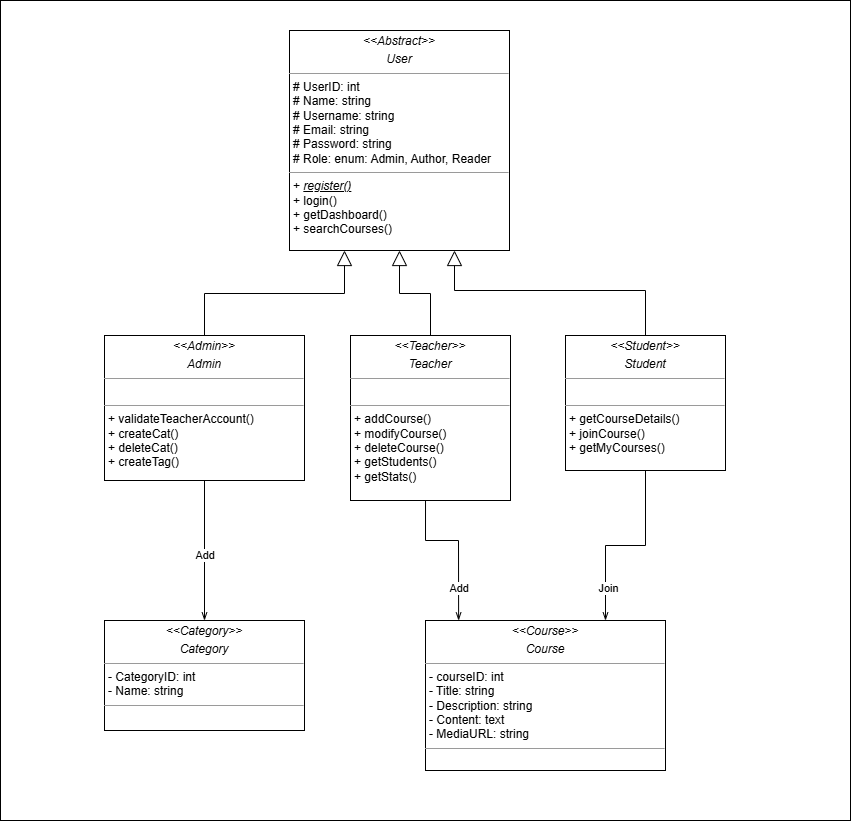
The draw.io diagram diagrams/Class.png in theshamkhi/Udemy, before a commit. Source tidied: cells renumbered, new cells last; positions are measured from the earlier drawing's top-left corner, leaving out a move shared by most shapes.
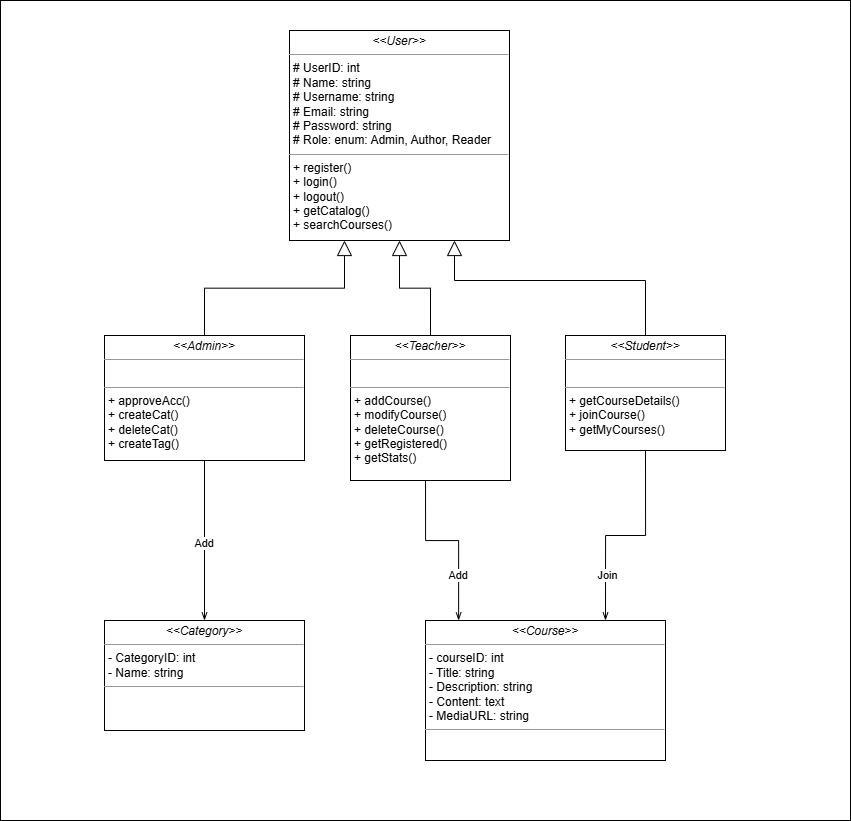
After the change.

Commit message:
Updated Class Diagram

The edit, as a diff of the source:
```diff
@@ -11,8 +11,8 @@
     <mxCell id="4" value="&amp;nbsp;Add&amp;nbsp;" style="edgeLabel;html=1;align=center;verticalAlign=middle;" parent="3" vertex="1">
       <mxGeometry x="0.04" y="-1" relative="1" as="geometry" />
     </mxCell>
-    <mxCell id="5" value="&lt;p style=&quot;margin:0px;margin-top:4px;text-align:center;&quot;&gt;&lt;i&gt;&amp;lt;&amp;lt;Admin&amp;gt;&amp;gt;&lt;/i&gt;&lt;br&gt;&lt;/p&gt;&lt;p style=&quot;margin:0px;margin-top:4px;text-align:center;&quot;&gt;&lt;i&gt;Admin&lt;/i&gt;&lt;/p&gt;&lt;hr size=&quot;1&quot;&gt;&lt;p style=&quot;margin: 0px 0px 0px 4px;&quot;&gt;&lt;br&gt;&lt;/p&gt;&lt;hr size=&quot;1&quot;&gt;&lt;p style=&quot;margin:0px;margin-left:4px;&quot;&gt;&lt;span style=&quot;background-color: transparent; color: light-dark(rgb(0, 0, 0), rgb(255, 255, 255));&quot;&gt;+&amp;nbsp;&lt;/span&gt;&lt;span style=&quot;background-color: transparent;&quot;&gt;validateTeacherAccount&lt;/span&gt;&lt;span style=&quot;background-color: transparent; color: light-dark(rgb(0, 0, 0), rgb(255, 255, 255));&quot;&gt;()&lt;/span&gt;&lt;/p&gt;&lt;p style=&quot;margin:0px;margin-left:4px;&quot;&gt;&lt;span style=&quot;background-color: transparent; color: light-dark(rgb(0, 0, 0), rgb(255, 255, 255));&quot;&gt;+ createCat()&lt;/span&gt;&lt;/p&gt;&lt;p style=&quot;margin:0px;margin-left:4px;&quot;&gt;+ deleteCat()&lt;/p&gt;&lt;p style=&quot;margin:0px;margin-left:4px;&quot;&gt;+ createTag()&lt;/p&gt;" style="verticalAlign=top;align=left;overflow=fill;fontSize=12;fontFamily=Helvetica;html=1;rounded=0;shadow=0;comic=0;labelBackgroundColor=none;strokeWidth=1;" parent="1" vertex="1">
-      <mxGeometry x="104" y="335" width="200" height="145" as="geometry" />
+    <mxCell id="5" value="&lt;p style=&quot;margin:0px;margin-top:4px;text-align:center;&quot;&gt;&lt;i&gt;&amp;lt;&amp;lt;Admin&amp;gt;&amp;gt;&lt;/i&gt;&lt;br&gt;&lt;/p&gt;&lt;hr size=&quot;1&quot;&gt;&lt;p style=&quot;margin: 0px 0px 0px 4px;&quot;&gt;&lt;br&gt;&lt;/p&gt;&lt;hr size=&quot;1&quot;&gt;&lt;p style=&quot;margin:0px;margin-left:4px;&quot;&gt;&lt;span style=&quot;background-color: transparent; color: light-dark(rgb(0, 0, 0), rgb(255, 255, 255));&quot;&gt;+ approveAcc()&lt;/span&gt;&lt;/p&gt;&lt;p style=&quot;margin:0px;margin-left:4px;&quot;&gt;&lt;span style=&quot;background-color: transparent; color: light-dark(rgb(0, 0, 0), rgb(255, 255, 255));&quot;&gt;+ createCat()&lt;/span&gt;&lt;/p&gt;&lt;p style=&quot;margin:0px;margin-left:4px;&quot;&gt;+ deleteCat()&lt;/p&gt;&lt;p style=&quot;margin:0px;margin-left:4px;&quot;&gt;+ createTag()&lt;/p&gt;" style="verticalAlign=top;align=left;overflow=fill;fontSize=12;fontFamily=Helvetica;html=1;rounded=0;shadow=0;comic=0;labelBackgroundColor=none;strokeWidth=1;" parent="1" vertex="1">
+      <mxGeometry x="104" y="335" width="200" height="125" as="geometry" />
     </mxCell>
     <mxCell id="6" style="edgeStyle=orthogonalEdgeStyle;rounded=0;orthogonalLoop=1;jettySize=auto;html=1;endArrow=openThin;endFill=0;entryX=0.25;entryY=0;entryDx=0;entryDy=0;exitX=0.637;exitY=0.995;exitDx=0;exitDy=0;exitPerimeter=0;" parent="1" edge="1">
       <mxGeometry relative="1" as="geometry">
@@ -24,20 +24,20 @@
         </Array>
       </mxGeometry>
     </mxCell>
-    <mxCell id="7" value="&lt;p style=&quot;margin:0px;margin-top:4px;text-align:center;&quot;&gt;&lt;i&gt;&amp;lt;&amp;lt;Teacher&amp;gt;&amp;gt;&lt;/i&gt;&lt;br&gt;&lt;/p&gt;&lt;p style=&quot;margin:0px;margin-top:4px;text-align:center;&quot;&gt;&lt;i&gt;Teacher&lt;/i&gt;&lt;/p&gt;&lt;hr size=&quot;1&quot;&gt;&lt;p style=&quot;margin:0px;margin-left:4px;&quot;&gt;&lt;br&gt;&lt;/p&gt;&lt;hr size=&quot;1&quot;&gt;&lt;p style=&quot;margin:0px;margin-left:4px;&quot;&gt;+ addCourse()&lt;/p&gt;&lt;p style=&quot;margin:0px;margin-left:4px;&quot;&gt;+ modifyCourse()&lt;/p&gt;&lt;p style=&quot;margin:0px;margin-left:4px;&quot;&gt;+ deleteCourse()&lt;/p&gt;&lt;p style=&quot;margin:0px;margin-left:4px;&quot;&gt;+ getStudents()&lt;/p&gt;&lt;p style=&quot;margin:0px;margin-left:4px;&quot;&gt;+ getStats()&lt;/p&gt;" style="verticalAlign=top;align=left;overflow=fill;fontSize=12;fontFamily=Helvetica;html=1;rounded=0;shadow=0;comic=0;labelBackgroundColor=none;strokeWidth=1;" parent="1" vertex="1">
-      <mxGeometry x="350" y="335" width="160" height="165" as="geometry" />
+    <mxCell id="7" value="&lt;p style=&quot;margin:0px;margin-top:4px;text-align:center;&quot;&gt;&lt;i&gt;&amp;lt;&amp;lt;Teacher&amp;gt;&amp;gt;&lt;/i&gt;&lt;br&gt;&lt;/p&gt;&lt;hr size=&quot;1&quot;&gt;&lt;p style=&quot;margin:0px;margin-left:4px;&quot;&gt;&lt;br&gt;&lt;/p&gt;&lt;hr size=&quot;1&quot;&gt;&lt;p style=&quot;margin:0px;margin-left:4px;&quot;&gt;+ addCourse()&lt;/p&gt;&lt;p style=&quot;margin:0px;margin-left:4px;&quot;&gt;+ modifyCourse()&lt;/p&gt;&lt;p style=&quot;margin:0px;margin-left:4px;&quot;&gt;+ deleteCourse()&lt;/p&gt;&lt;p style=&quot;margin:0px;margin-left:4px;&quot;&gt;+ getRegistered()&lt;/p&gt;&lt;p style=&quot;margin:0px;margin-left:4px;&quot;&gt;+ getStats()&lt;/p&gt;" style="verticalAlign=top;align=left;overflow=fill;fontSize=12;fontFamily=Helvetica;html=1;rounded=0;shadow=0;comic=0;labelBackgroundColor=none;strokeWidth=1;" parent="1" vertex="1">
+      <mxGeometry x="350" y="335" width="160" height="145" as="geometry" />
     </mxCell>
-    <mxCell id="8" value="&lt;p style=&quot;margin:0px;margin-top:4px;text-align:center;&quot;&gt;&lt;i&gt;&amp;lt;&amp;lt;Student&amp;gt;&amp;gt;&lt;/i&gt;&lt;br&gt;&lt;/p&gt;&lt;p style=&quot;margin:0px;margin-top:4px;text-align:center;&quot;&gt;&lt;i&gt;Student&lt;/i&gt;&lt;/p&gt;&lt;hr size=&quot;1&quot;&gt;&lt;p style=&quot;margin:0px;margin-left:4px;&quot;&gt;&lt;br&gt;&lt;/p&gt;&lt;hr size=&quot;1&quot;&gt;&lt;p style=&quot;margin:0px;margin-left:4px;&quot;&gt;+ getCourseDetails()&lt;/p&gt;&lt;p style=&quot;margin:0px;margin-left:4px;&quot;&gt;+ joinCourse()&lt;/p&gt;&lt;p style=&quot;margin:0px;margin-left:4px;&quot;&gt;+ getMyCourses()&lt;/p&gt;" style="verticalAlign=top;align=left;overflow=fill;fontSize=12;fontFamily=Helvetica;html=1;rounded=0;shadow=0;comic=0;labelBackgroundColor=none;strokeWidth=1;" parent="1" vertex="1">
-      <mxGeometry x="565" y="335" width="160" height="135" as="geometry" />
+    <mxCell id="8" value="&lt;p style=&quot;margin:0px;margin-top:4px;text-align:center;&quot;&gt;&lt;i&gt;&amp;lt;&amp;lt;Student&amp;gt;&amp;gt;&lt;/i&gt;&lt;br&gt;&lt;/p&gt;&lt;hr size=&quot;1&quot;&gt;&lt;p style=&quot;margin:0px;margin-left:4px;&quot;&gt;&lt;br&gt;&lt;/p&gt;&lt;hr size=&quot;1&quot;&gt;&lt;p style=&quot;margin:0px;margin-left:4px;&quot;&gt;+ getCourseDetails()&lt;/p&gt;&lt;p style=&quot;margin:0px;margin-left:4px;&quot;&gt;+ joinCourse()&lt;/p&gt;&lt;p style=&quot;margin:0px;margin-left:4px;&quot;&gt;+ getMyCourses()&lt;/p&gt;" style="verticalAlign=top;align=left;overflow=fill;fontSize=12;fontFamily=Helvetica;html=1;rounded=0;shadow=0;comic=0;labelBackgroundColor=none;strokeWidth=1;" parent="1" vertex="1">
+      <mxGeometry x="565" y="335" width="160" height="115" as="geometry" />
     </mxCell>
-    <mxCell id="9" value="&lt;p style=&quot;margin:0px;margin-top:4px;text-align:center;&quot;&gt;&lt;i&gt;&amp;lt;&amp;lt;Abstract&amp;gt;&amp;gt;&lt;/i&gt;&lt;br&gt;&lt;/p&gt;&lt;p style=&quot;margin:0px;margin-top:4px;text-align:center;&quot;&gt;&lt;i&gt;User&lt;/i&gt;&lt;/p&gt;&lt;hr size=&quot;1&quot;&gt;&lt;p style=&quot;margin: 0px 0px 0px 4px;&quot;&gt;# UserID: int&lt;br&gt;# Name: string&lt;/p&gt;&lt;p style=&quot;margin: 0px 0px 0px 4px;&quot;&gt;# Username: string&lt;/p&gt;&lt;p style=&quot;margin: 0px 0px 0px 4px;&quot;&gt;# Email: string&lt;/p&gt;&lt;p style=&quot;margin: 0px 0px 0px 4px;&quot;&gt;# Password: string&lt;/p&gt;&lt;p style=&quot;margin: 0px 0px 0px 4px;&quot;&gt;# Role: enum: Admin, Author, Reader&lt;/p&gt;&lt;hr size=&quot;1&quot;&gt;&lt;p style=&quot;margin: 0px 0px 0px 4px;&quot;&gt;&lt;span style=&quot;background-color: transparent; color: light-dark(rgb(0, 0, 0), rgb(255, 255, 255));&quot;&gt;+ &lt;u&gt;&lt;i&gt;register()&lt;/i&gt;&lt;/u&gt;&lt;/span&gt;&lt;/p&gt;&lt;p style=&quot;margin: 0px 0px 0px 4px;&quot;&gt;&lt;span style=&quot;background-color: transparent; color: light-dark(rgb(0, 0, 0), rgb(255, 255, 255));&quot;&gt;+ login()&lt;/span&gt;&lt;/p&gt;&lt;p style=&quot;margin: 0px 0px 0px 4px;&quot;&gt;+&amp;nbsp;getDashboard()&lt;/p&gt;&lt;p style=&quot;margin: 0px 0px 0px 4px;&quot;&gt;+&amp;nbsp;searchCourses()&lt;/p&gt;&lt;div&gt;&lt;br&gt;&lt;/div&gt;" style="verticalAlign=top;align=left;overflow=fill;fontSize=12;fontFamily=Helvetica;html=1;rounded=0;shadow=0;comic=0;labelBackgroundColor=none;strokeWidth=1;" parent="1" vertex="1">
-      <mxGeometry x="289" y="30" width="220" height="220" as="geometry" />
+    <mxCell id="9" value="&lt;p style=&quot;margin:0px;margin-top:4px;text-align:center;&quot;&gt;&lt;i&gt;&amp;lt;&amp;lt;User&amp;gt;&amp;gt;&lt;/i&gt;&lt;br&gt;&lt;/p&gt;&lt;hr size=&quot;1&quot;&gt;&lt;p style=&quot;margin: 0px 0px 0px 4px;&quot;&gt;# UserID: int&lt;br&gt;# Name: string&lt;/p&gt;&lt;p style=&quot;margin: 0px 0px 0px 4px;&quot;&gt;# Username: string&lt;/p&gt;&lt;p style=&quot;margin: 0px 0px 0px 4px;&quot;&gt;# Email: string&lt;/p&gt;&lt;p style=&quot;margin: 0px 0px 0px 4px;&quot;&gt;# Password: string&lt;/p&gt;&lt;p style=&quot;margin: 0px 0px 0px 4px;&quot;&gt;# Role: enum: Admin, Author, Reader&lt;/p&gt;&lt;hr size=&quot;1&quot;&gt;&lt;p style=&quot;margin: 0px 0px 0px 4px;&quot;&gt;&lt;span style=&quot;background-color: transparent; color: light-dark(rgb(0, 0, 0), rgb(255, 255, 255));&quot;&gt;+ register()&lt;/span&gt;&lt;/p&gt;&lt;p style=&quot;margin: 0px 0px 0px 4px;&quot;&gt;&lt;span style=&quot;background-color: transparent; color: light-dark(rgb(0, 0, 0), rgb(255, 255, 255));&quot;&gt;+ login()&lt;/span&gt;&lt;/p&gt;&lt;p style=&quot;margin: 0px 0px 0px 4px;&quot;&gt;&lt;span style=&quot;background-color: transparent; color: light-dark(rgb(0, 0, 0), rgb(255, 255, 255));&quot;&gt;+ logout()&lt;/span&gt;&lt;/p&gt;&lt;p style=&quot;margin: 0px 0px 0px 4px;&quot;&gt;+&amp;nbsp;getCatalog()&lt;/p&gt;&lt;p style=&quot;margin: 0px 0px 0px 4px;&quot;&gt;+&amp;nbsp;searchCourses()&lt;/p&gt;&lt;div&gt;&lt;br&gt;&lt;/div&gt;" style="verticalAlign=top;align=left;overflow=fill;fontSize=12;fontFamily=Helvetica;html=1;rounded=0;shadow=0;comic=0;labelBackgroundColor=none;strokeWidth=1;" parent="1" vertex="1">
+      <mxGeometry x="289" y="30" width="220" height="210" as="geometry" />
     </mxCell>
-    <mxCell id="10" value="&lt;p style=&quot;margin:0px;margin-top:4px;text-align:center;&quot;&gt;&lt;i&gt;&amp;lt;&amp;lt;&lt;/i&gt;&lt;i style=&quot;background-color: transparent; color: light-dark(rgb(0, 0, 0), rgb(255, 255, 255));&quot;&gt;Category&lt;/i&gt;&lt;i style=&quot;background-color: transparent; color: light-dark(rgb(0, 0, 0), rgb(255, 255, 255));&quot;&gt;&amp;gt;&amp;gt;&lt;/i&gt;&lt;/p&gt;&lt;p style=&quot;margin:0px;margin-top:4px;text-align:center;&quot;&gt;&lt;i style=&quot;background-color: transparent; color: light-dark(rgb(0, 0, 0), rgb(255, 255, 255));&quot;&gt;Category&lt;/i&gt;&lt;/p&gt;&lt;hr size=&quot;1&quot;&gt;&lt;p style=&quot;margin:0px;margin-left:4px;&quot;&gt;- CategoryID: int&lt;br&gt;- Name: string&lt;/p&gt;&lt;hr size=&quot;1&quot;&gt;&lt;p style=&quot;margin:0px;margin-left:4px;&quot;&gt;&lt;br&gt;&lt;/p&gt;" style="verticalAlign=top;align=left;overflow=fill;fontSize=12;fontFamily=Helvetica;html=1;rounded=0;shadow=0;comic=0;labelBackgroundColor=none;strokeWidth=1;" parent="1" vertex="1">
+    <mxCell id="10" value="&lt;p style=&quot;margin:0px;margin-top:4px;text-align:center;&quot;&gt;&lt;i&gt;&amp;lt;&amp;lt;&lt;/i&gt;&lt;i style=&quot;background-color: transparent; color: light-dark(rgb(0, 0, 0), rgb(255, 255, 255));&quot;&gt;Category&lt;/i&gt;&lt;i style=&quot;background-color: transparent; color: light-dark(rgb(0, 0, 0), rgb(255, 255, 255));&quot;&gt;&amp;gt;&amp;gt;&lt;/i&gt;&lt;/p&gt;&lt;hr size=&quot;1&quot;&gt;&lt;p style=&quot;margin:0px;margin-left:4px;&quot;&gt;- CategoryID: int&lt;br&gt;- Name: string&lt;/p&gt;&lt;hr size=&quot;1&quot;&gt;&lt;p style=&quot;margin:0px;margin-left:4px;&quot;&gt;&lt;br&gt;&lt;/p&gt;" style="verticalAlign=top;align=left;overflow=fill;fontSize=12;fontFamily=Helvetica;html=1;rounded=0;shadow=0;comic=0;labelBackgroundColor=none;strokeWidth=1;" parent="1" vertex="1">
       <mxGeometry x="104" y="620" width="200" height="110" as="geometry" />
     </mxCell>
-    <mxCell id="11" value="&lt;p style=&quot;margin:0px;margin-top:4px;text-align:center;&quot;&gt;&lt;i&gt;&amp;lt;&amp;lt;Course&lt;/i&gt;&lt;i style=&quot;background-color: transparent; color: light-dark(rgb(0, 0, 0), rgb(255, 255, 255));&quot;&gt;&amp;gt;&amp;gt;&lt;/i&gt;&lt;/p&gt;&lt;p style=&quot;margin:0px;margin-top:4px;text-align:center;&quot;&gt;&lt;i style=&quot;background-color: transparent; color: light-dark(rgb(0, 0, 0), rgb(255, 255, 255));&quot;&gt;Course&lt;/i&gt;&lt;/p&gt;&lt;hr size=&quot;1&quot;&gt;&lt;p style=&quot;margin: 0px 0px 0px 4px;&quot;&gt;- courseID: int&lt;br&gt;- Title: string&lt;/p&gt;&lt;p style=&quot;margin: 0px 0px 0px 4px;&quot;&gt;- Description: string&lt;/p&gt;&lt;p style=&quot;margin: 0px 0px 0px 4px;&quot;&gt;- Content: text&lt;/p&gt;&lt;p style=&quot;margin: 0px 0px 0px 4px;&quot;&gt;- MediaURL: string&lt;/p&gt;&lt;hr size=&quot;1&quot;&gt;&lt;p style=&quot;margin:0px;margin-left:4px;&quot;&gt;&lt;br&gt;&lt;/p&gt;" style="verticalAlign=top;align=left;overflow=fill;fontSize=12;fontFamily=Helvetica;html=1;rounded=0;shadow=0;comic=0;labelBackgroundColor=none;strokeWidth=1;" parent="1" vertex="1">
-      <mxGeometry x="425" y="620" width="240" height="150" as="geometry" />
+    <mxCell id="11" value="&lt;p style=&quot;margin:0px;margin-top:4px;text-align:center;&quot;&gt;&lt;i&gt;&amp;lt;&amp;lt;Course&lt;/i&gt;&lt;i style=&quot;background-color: transparent; color: light-dark(rgb(0, 0, 0), rgb(255, 255, 255));&quot;&gt;&amp;gt;&amp;gt;&lt;/i&gt;&lt;/p&gt;&lt;hr size=&quot;1&quot;&gt;&lt;p style=&quot;margin: 0px 0px 0px 4px;&quot;&gt;- courseID: int&lt;br&gt;- Title: string&lt;/p&gt;&lt;p style=&quot;margin: 0px 0px 0px 4px;&quot;&gt;- Description: string&lt;/p&gt;&lt;p style=&quot;margin: 0px 0px 0px 4px;&quot;&gt;- Content: text&lt;/p&gt;&lt;p style=&quot;margin: 0px 0px 0px 4px;&quot;&gt;- MediaURL: string&lt;/p&gt;&lt;hr size=&quot;1&quot;&gt;&lt;p style=&quot;margin:0px;margin-left:4px;&quot;&gt;&lt;br&gt;&lt;/p&gt;" style="verticalAlign=top;align=left;overflow=fill;fontSize=12;fontFamily=Helvetica;html=1;rounded=0;shadow=0;comic=0;labelBackgroundColor=none;strokeWidth=1;" parent="1" vertex="1">
+      <mxGeometry x="425" y="620" width="240" height="140" as="geometry" />
     </mxCell>
     <mxCell id="12" style="edgeStyle=elbowEdgeStyle;elbow=vertical;endArrow=block;html=1;curved=0;rounded=0;endSize=13;startSize=8;exitX=0.5;exitY=0;exitDx=0;exitDy=0;entryX=0.5;entryY=1;entryDx=0;entryDy=0;endFill=0;" parent="1" edge="1" source="7" target="9">
       <mxGeometry relative="1" as="geometry" />
@@ -45,7 +45,7 @@
     <mxCell id="13" style="edgeStyle=elbowEdgeStyle;elbow=vertical;endArrow=block;html=1;curved=0;rounded=0;endSize=13;startSize=8;exitX=0.5;exitY=0;exitDx=0;exitDy=0;entryX=0.75;entryY=1;entryDx=0;entryDy=0;endFill=0;" parent="1" edge="1" source="8" target="9">
       <mxGeometry relative="1" as="geometry">
         <Array as="points">
-          <mxPoint x="550" y="290" />
+          <mxPoint x="550" y="280" />
         </Array>
       </mxGeometry>
     </mxCell>
```
